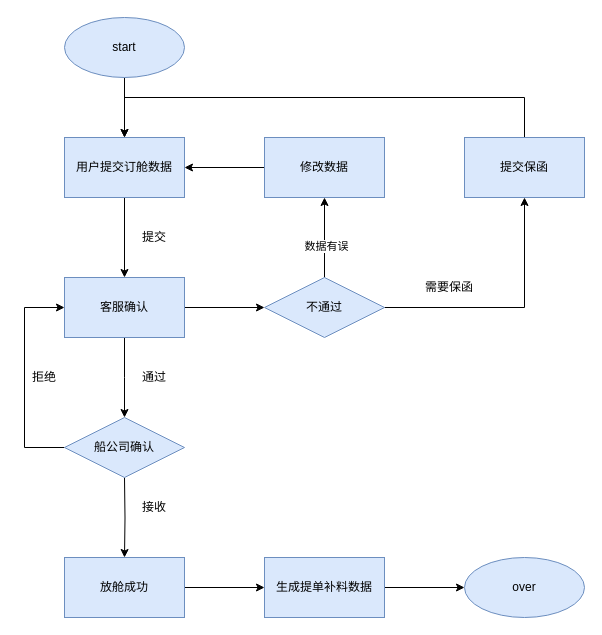
This is booking/booking主流程.drawio from caixuecheng/track-drawio, a draw.io file, before an edit. Source tidied: cells renumbered, new cells numbered last; positions are measured from the earlier drawing's top-left corner, leaving out a move shared by most shapes. Both pictures are drawn from the tidied source at 100%, with x=0, y=0 at pixel (24, 17).
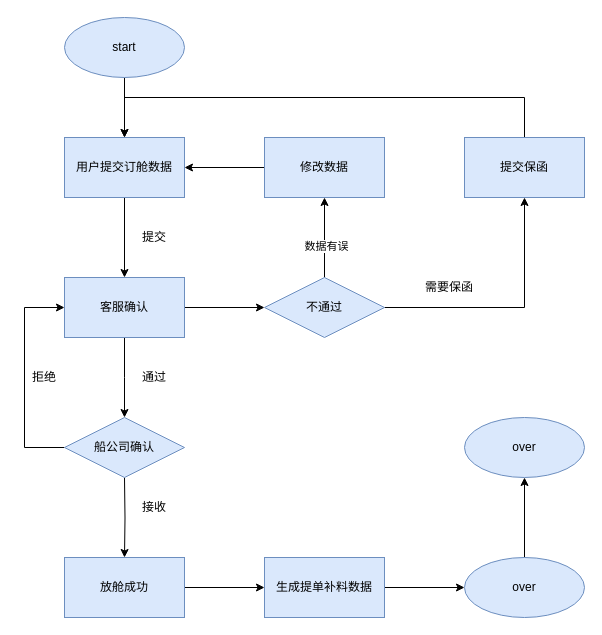
The same diagram, later.

Commit message:
更新booking主流程.drawio

The change refers to these unchanged cells:
```xml
<mxCell id="27" value="over" style="ellipse;whiteSpace=wrap;html=1;rounded=0;strokeColor=#6c8ebf;fillColor=#dae8fc;" parent="1" vertex="1">
  <mxGeometry x="440" y="540" width="120" height="60" as="geometry" />
</mxCell>
```

Change to the diagram source:
```diff
@@
+    <mxCell id="30" style="edgeStyle=orthogonalEdgeStyle;rounded=0;jettySize=auto;html=1;" parent="1" edge="1" source="27" target="31">
+      <mxGeometry relative="1" as="geometry" />
+    </mxCell>
@@
+    <mxCell id="31" value="over" style="ellipse;whiteSpace=wrap;html=1;rounded=0;strokeColor=#6c8ebf;fillColor=#dae8fc;" parent="1" vertex="1">
+      <mxGeometry x="440" y="400" width="120" height="60" as="geometry" />
+    </mxCell>
```
